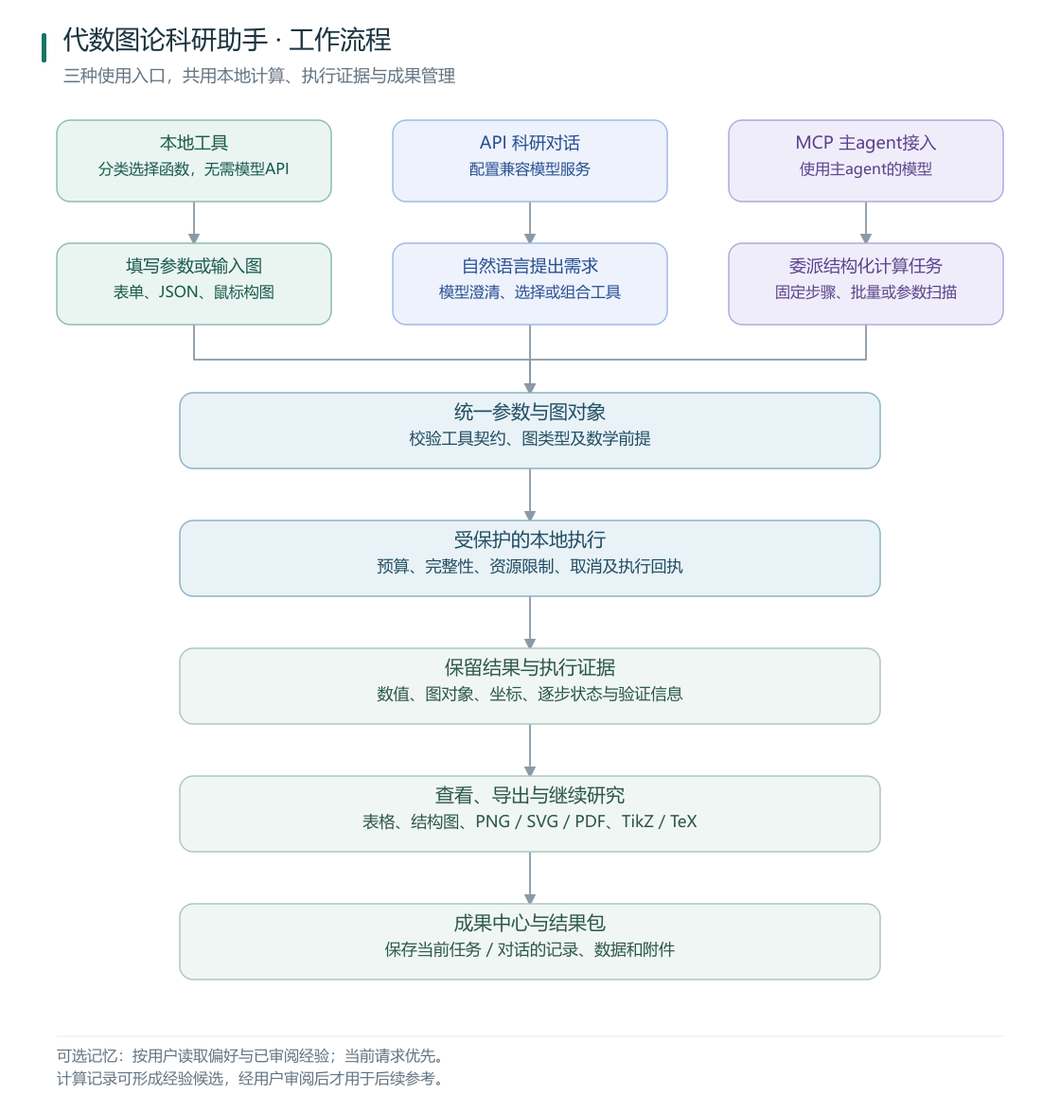
This is docs/diagrams/workflow-overview.png from 735336168liuxiaoqi-hub/algebraic-graph-theory-research-assistant, a Mermaid export, as it was before one commit. Its source is kept beside it as docs/diagrams/workflow-overview.mmd.
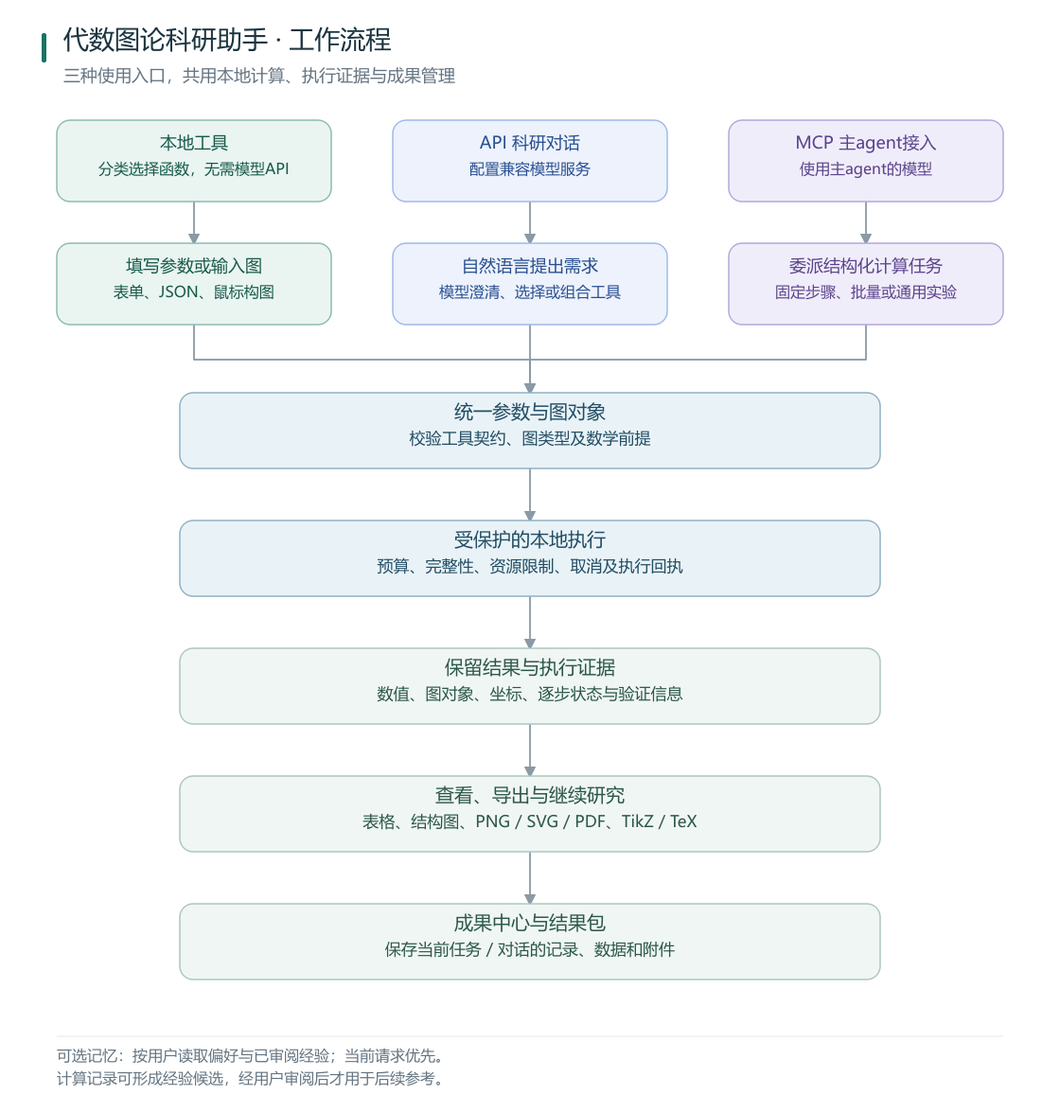
Later version of the same file.

Change to the diagram source:
```diff
@@ -4,7 +4,7 @@
     mcp["MCP 主agent接入<br/>使用主agent的模型"]:::host
     form["填写参数或输入图<br/>表单、JSON、鼠标构图"]:::manual
     plan["自然语言提出需求<br/>模型澄清、选择或组合工具"]:::model
-    delegate["委派结构化计算任务<br/>固定步骤、批量或参数扫描"]:::host
+    delegate["委派结构化计算任务<br/>固定步骤、批量或通用实验"]:::host
     validate["统一参数与图对象<br/>校验工具契约、图类型及数学前提"]:::guard
     execute["受保护的本地执行<br/>预算、完整性、资源限制、取消及执行回执"]:::guard
     evidence["保留结果与执行证据<br/>数值、图对象、坐标、逐步状态与验证信息"]:::data
```
